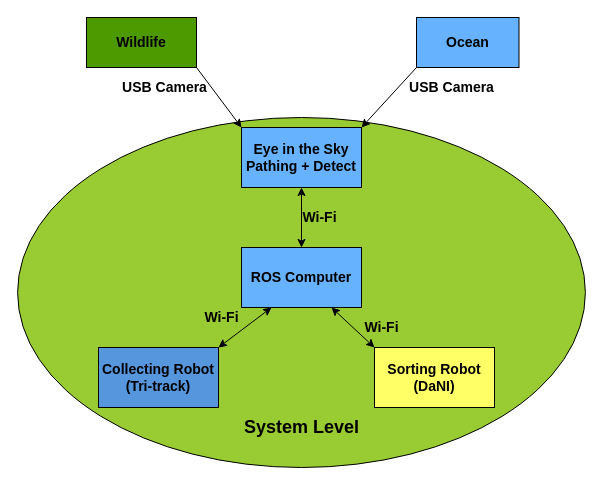
Earlier version of the draw.io diagram earth_system_diag.drawio (THEFB199/UniYear3-E-ProjectDocs). Source tidied: cells renumbered, new cells numbered last; positions are measured from the earlier drawing's top-left corner, leaving out a move shared by most shapes. Both pictures are drawn from the tidied source at 100%, with x=0, y=0 at pixel (17, 17).
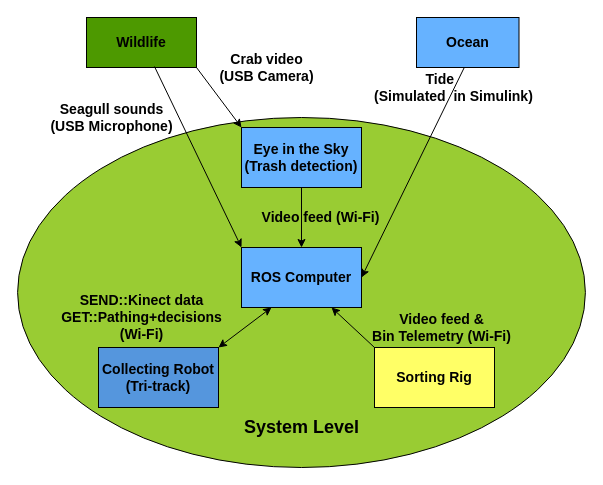
After the change.

Commit message:
System diagram in .drawio / .io format

Updated system diagram to reflect changes for GW3:
 - Changed DaNI sorting robot to the Sorting rig
 - All blocks except the trash collector (Tri-track EARTH-E) ONLY send to ROS computer; while EARTH-E sends & receives
 - Made microphone for seagull detection clear
 - Changed tide from video feed to Simulink simulation

Unchanged cells that the change refers to:
```xml
<mxCell id="6" value="&lt;b&gt;&lt;font style=&quot;font-size: 14px&quot;&gt;Wildlife&lt;/font&gt;&lt;/b&gt;" style="rounded=0;whiteSpace=wrap;html=1;fillColor=#4D9900;" parent="1" vertex="1">
  <mxGeometry x="69" width="110" height="50" as="geometry" />
</mxCell>
<mxCell id="7" value="&lt;b&gt;&lt;font style=&quot;font-size: 14px&quot;&gt;Ocean&lt;/font&gt;&lt;/b&gt;" style="rounded=0;whiteSpace=wrap;html=1;fillColor=#66B2FF;" parent="1" vertex="1">
  <mxGeometry x="399" width="102.5" height="50" as="geometry" />
</mxCell>
```

Change to the diagram source:
```diff
@@
+    <mxCell id="20" style="edgeStyle=orthogonalEdgeStyle;rounded=0;jettySize=auto;html=1;" parent="1" edge="1" source="3" target="8">
+      <mxGeometry relative="1" as="geometry" />
+    </mxCell>
-    <mxCell id="3" value="&lt;b&gt;&lt;font style=&quot;font-size: 14px&quot;&gt;Eye in the Sky&lt;br&gt;Pathing + Detect&lt;/font&gt;&lt;/b&gt;" style="rounded=0;whiteSpace=wrap;html=1;fillColor=#66B2FF;" parent="1" vertex="1">
+    <mxCell id="3" value="&lt;b&gt;&lt;font style=&quot;font-size: 14px&quot;&gt;Eye in the Sky&lt;br&gt;(Trash detection)&lt;/font&gt;&lt;/b&gt;" style="rounded=0;whiteSpace=wrap;html=1;fillColor=#66B2FF;" parent="1" vertex="1">
       <mxGeometry x="224" y="110" width="120" height="60" as="geometry" />
     </mxCell>
@@
-    <mxCell id="5" value="&lt;b&gt;&lt;font style=&quot;font-size: 14px&quot;&gt;Sorting Robot&lt;br&gt;(DaNI)&lt;/font&gt;&lt;/b&gt;" style="rounded=0;whiteSpace=wrap;html=1;fillColor=#FFFF66;" parent="1" vertex="1">
+    <mxCell id="5" value="&lt;b&gt;&lt;font style=&quot;font-size: 14px&quot;&gt;Sorting Rig&lt;/font&gt;&lt;/b&gt;" style="rounded=0;whiteSpace=wrap;html=1;fillColor=#FFFF66;" parent="1" vertex="1">
       <mxGeometry x="357" y="330" width="120" height="60" as="geometry" />
     </mxCell>
@@
-    <mxCell id="8" value="&lt;b&gt;&lt;font style=&quot;font-size: 14px&quot;&gt;ROS Computer&lt;/font&gt;&lt;/b&gt;" style="rounded=0;whiteSpace=wrap;html=1;fillColor=#66B2FF;" parent="1" vertex="1">
+    <mxCell id="8" value="&lt;b&gt;&lt;font style=&quot;font-size: 14px&quot;&gt;ROS Computer&lt;br&gt;&lt;/font&gt;&lt;/b&gt;" style="rounded=0;whiteSpace=wrap;html=1;fillColor=#66B2FF;" parent="1" vertex="1">
       <mxGeometry x="224" y="230" width="120" height="60" as="geometry" />
     </mxCell>
-    <mxCell id="9" style="endArrow=classic;startArrow=classic;html=1;exitX=0;exitY=0;exitDx=0;exitDy=0;entryX=0.75;entryY=1;entryDx=0;entryDy=0;" parent="1" edge="1" source="5" target="8">
-      <mxGeometry relative="1" as="geometry" />
-    </mxCell>
@@
-    <mxCell id="11" style="endArrow=classic;startArrow=classic;html=1;entryX=0.5;entryY=0;entryDx=0;entryDy=0;fillColor=none;" parent="1" edge="1" target="8">
-      <mxGeometry relative="1" as="geometry">
-        <mxPoint x="284" y="170" as="sourcePoint" />
-      </mxGeometry>
-    </mxCell>
-    <mxCell id="12" value="&lt;b&gt;&lt;font style=&quot;font-size: 14px&quot;&gt;Wi-Fi&lt;/font&gt;&lt;/b&gt;" style="text;html=1;align=center;verticalAlign=middle;" parent="1" vertex="1">
-      <mxGeometry x="276.5" y="190" width="50" height="20" as="geometry" />
+    <mxCell id="12" value="&lt;b&gt;&lt;font style=&quot;font-size: 14px&quot;&gt;Video feed (Wi-Fi)&lt;/font&gt;&lt;/b&gt;" style="text;html=1;align=center;verticalAlign=middle;" parent="1" vertex="1">
+      <mxGeometry x="237.5" y="190" width="130" height="20" as="geometry" />
     </mxCell>
-    <mxCell id="13" value="&lt;b&gt;&lt;font style=&quot;font-size: 14px&quot;&gt;Wi-Fi&lt;/font&gt;&lt;/b&gt;" style="text;html=1;align=center;verticalAlign=middle;" parent="1" vertex="1">
-      <mxGeometry x="339" y="300" width="50" height="20" as="geometry" />
+    <mxCell id="13" value="&lt;b&gt;&lt;font style=&quot;font-size: 14px&quot;&gt;Video feed &amp;amp;&lt;br&gt;Bin Telemetry (Wi-Fi)&lt;/font&gt;&lt;/b&gt;" style="text;html=1;align=center;verticalAlign=middle;" parent="1" vertex="1">
+      <mxGeometry x="349" y="290" width="150" height="40" as="geometry" />
     </mxCell>
-    <mxCell id="14" value="&lt;b&gt;&lt;font style=&quot;font-size: 14px&quot;&gt;Wi-Fi&lt;/font&gt;&lt;/b&gt;" style="text;html=1;align=center;verticalAlign=middle;" parent="1" vertex="1">
-      <mxGeometry x="179" y="290" width="50" height="20" as="geometry" />
+    <mxCell id="14" value="&lt;b&gt;&lt;font style=&quot;font-size: 14px&quot;&gt;SEND::Kinect data&lt;br&gt;&lt;/font&gt;&lt;/b&gt;&lt;b style=&quot;white-space: normal&quot;&gt;&lt;font style=&quot;font-size: 14px&quot;&gt;GET::Pathing+decisions&lt;br&gt;&lt;/font&gt;&lt;/b&gt;&lt;b&gt;&lt;font style=&quot;font-size: 14px&quot;&gt;(Wi-Fi)&lt;/font&gt;&lt;/b&gt;&lt;b&gt;&lt;font style=&quot;font-size: 14px&quot;&gt;&lt;br&gt;&lt;/font&gt;&lt;/b&gt;" style="text;html=1;align=center;verticalAlign=middle;" parent="1" vertex="1">
+      <mxGeometry x="34" y="275" width="180" height="50" as="geometry" />
     </mxCell>
-    <mxCell id="15" value="&lt;b&gt;&lt;font style=&quot;font-size: 14px&quot;&gt;USB Camera&lt;/font&gt;&lt;/b&gt;" style="text;html=1;align=center;verticalAlign=middle;" parent="1" vertex="1">
-      <mxGeometry x="96.5" y="60" width="100" height="20" as="geometry" />
+    <mxCell id="15" value="&lt;b&gt;&lt;font style=&quot;font-size: 14px&quot;&gt;Crab video&lt;br&gt;(&lt;/font&gt;&lt;/b&gt;&lt;b&gt;&lt;font style=&quot;font-size: 14px&quot;&gt;USB Camera&lt;/font&gt;&lt;/b&gt;&lt;b&gt;&lt;font style=&quot;font-size: 14px&quot;&gt;)&lt;/font&gt;&lt;/b&gt;&lt;b&gt;&lt;font style=&quot;font-size: 14px&quot;&gt;&lt;br&gt;&lt;/font&gt;&lt;/b&gt;" style="text;html=1;align=center;verticalAlign=middle;" parent="1" vertex="1">
+      <mxGeometry x="194" y="30" width="110" height="40" as="geometry" />
     </mxCell>
@@
-    <mxCell id="18" style="endArrow=classic;html=1;fillColor=none;entryX=1;entryY=0;entryDx=0;entryDy=0;exitX=0;exitY=1;exitDx=0;exitDy=0;" parent="1" edge="1" source="7" target="3">
+    <mxCell id="18" style="endArrow=classic;html=1;fillColor=none;entryX=1;entryY=0.5;entryDx=0;entryDy=0;exitX=0.571;exitY=0;exitDx=0;exitDy=0;exitPerimeter=0;" parent="1" edge="1" source="19" target="8">
       <mxGeometry relative="1" as="geometry" />
     </mxCell>
-    <mxCell id="19" value="&lt;b&gt;&lt;font style=&quot;font-size: 14px&quot;&gt;USB Camera&lt;/font&gt;&lt;/b&gt;" style="text;html=1;align=center;verticalAlign=middle;points=[];" parent="1" vertex="1">
-      <mxGeometry x="384" y="60" width="100" height="20" as="geometry" />
+    <mxCell id="19" value="&lt;b&gt;&lt;font style=&quot;font-size: 14px&quot;&gt;Tide&amp;nbsp; &amp;nbsp; &amp;nbsp;&amp;nbsp;&lt;br&gt;&amp;nbsp;(Simulated&amp;nbsp; in Simulink&lt;/font&gt;&lt;/b&gt;&lt;b&gt;&lt;font style=&quot;font-size: 14px&quot;&gt;)&lt;/font&gt;&lt;/b&gt;&lt;b&gt;&lt;font style=&quot;font-size: 14px&quot;&gt;&lt;br&gt;&lt;/font&gt;&lt;/b&gt;" style="text;html=1;align=center;verticalAlign=middle;points=[];" parent="1" vertex="1">
+      <mxGeometry x="344" y="50" width="180" height="40" as="geometry" />
     </mxCell>
+    <mxCell id="21" style="endArrow=classic;html=1;fillColor=none;exitX=0.618;exitY=0.98;exitDx=0;exitDy=0;exitPerimeter=0;entryX=0;entryY=0;entryDx=0;entryDy=0;" parent="1" edge="1" source="6" target="8">
+      <mxGeometry relative="1" as="geometry" />
+    </mxCell>
+    <mxCell id="22" value="&lt;b&gt;&lt;font style=&quot;font-size: 14px&quot;&gt;Seagull sounds&lt;br&gt;(&lt;/font&gt;&lt;/b&gt;&lt;b&gt;&lt;font style=&quot;font-size: 14px&quot;&gt;USB Microphone&lt;/font&gt;&lt;/b&gt;&lt;b&gt;&lt;font style=&quot;font-size: 14px&quot;&gt;)&lt;br&gt;&lt;/font&gt;&lt;/b&gt;" style="text;html=1;align=center;verticalAlign=middle;" parent="1" vertex="1">
+      <mxGeometry x="24" y="80" width="140" height="40" as="geometry" />
+    </mxCell>
+    <mxCell id="9" style="endArrow=classic;html=1;entryX=0.75;entryY=1;entryDx=0;entryDy=0;exitX=0;exitY=0;exitDx=0;exitDy=0;" parent="1" edge="1" source="5" target="8">
+      <mxGeometry relative="1" as="geometry" />
+    </mxCell>
```
